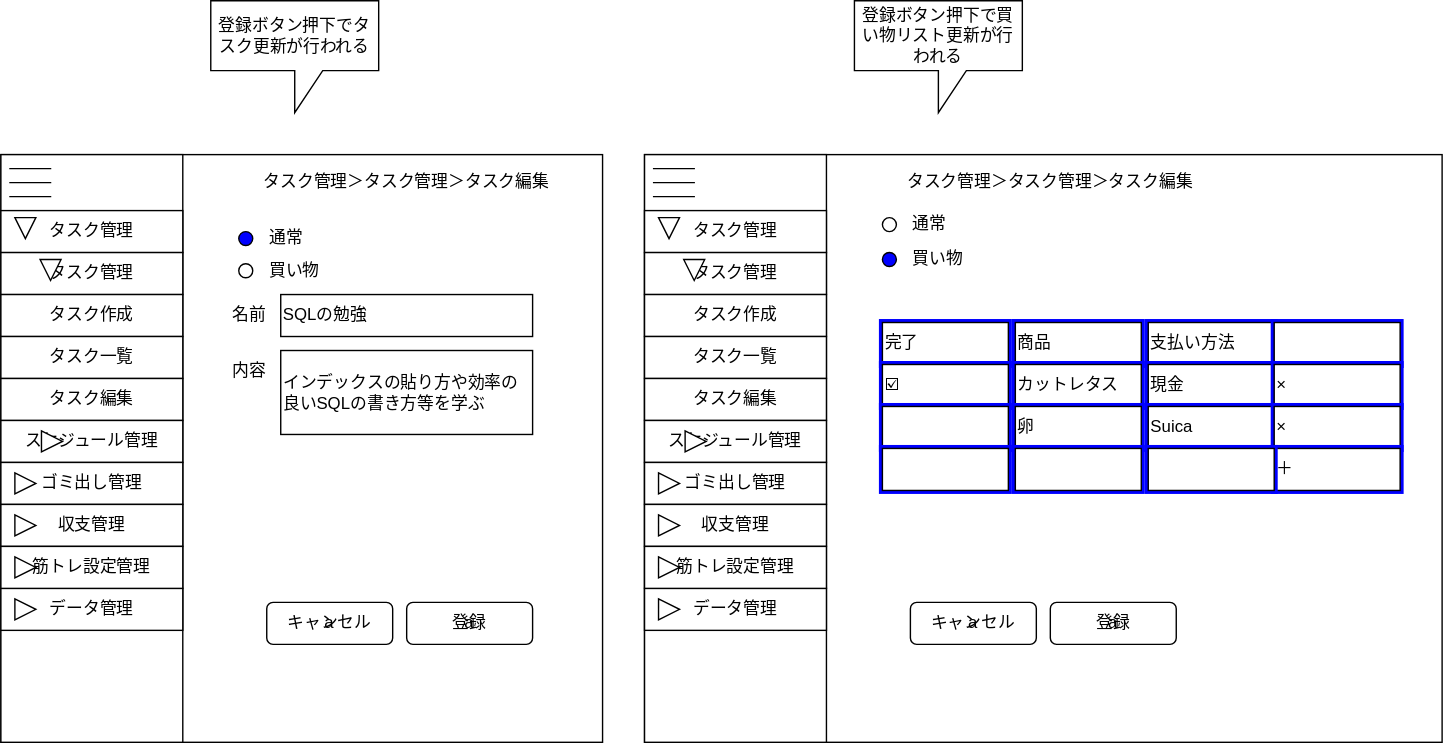
Before: task/edit_task.drawio.svg, a diagram exported from draw.io (anti-paper/anti_paper_wf). Source tidied: cells renumbered, new cells last; positions are measured from the earlier drawing's top-left corner, leaving out a move shared by most shapes.
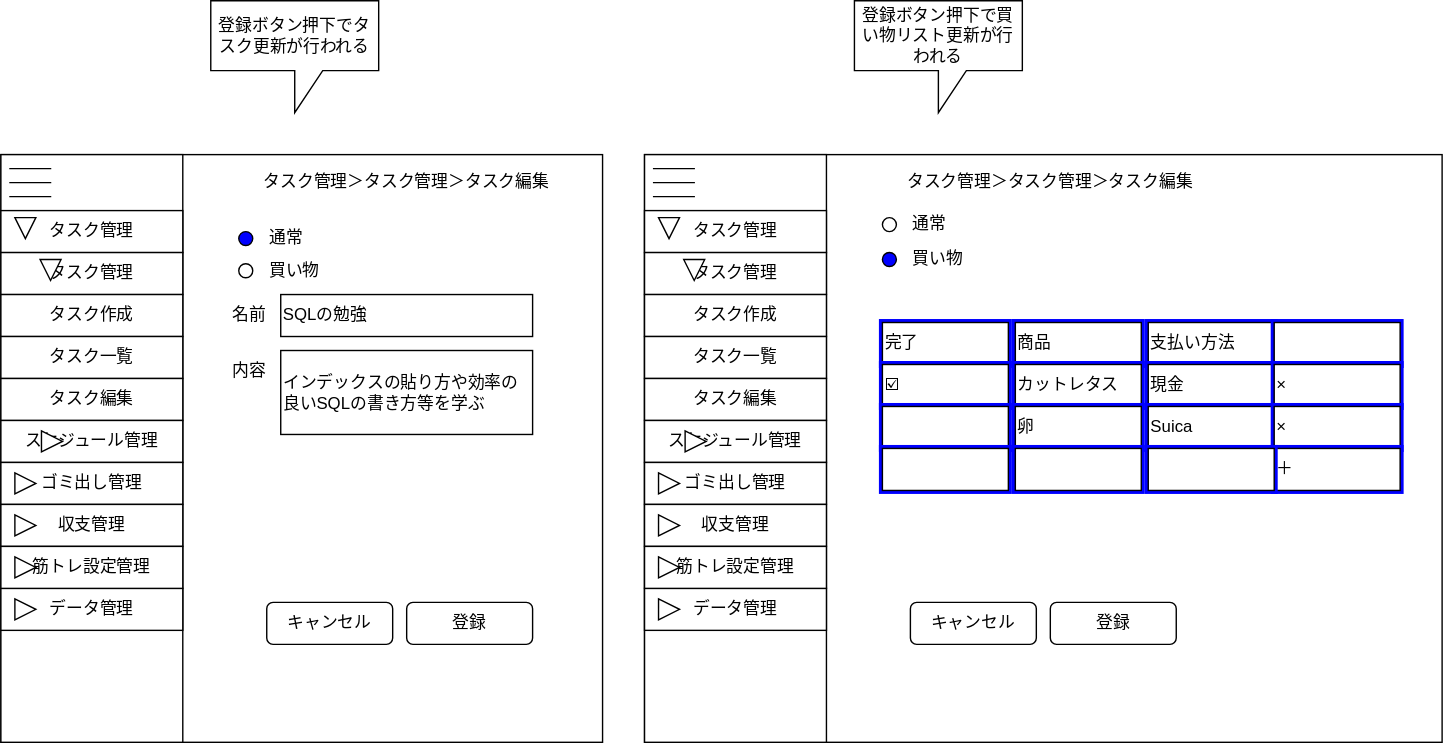
The same diagram one commit later.

Change to the diagram source:
```diff
@@ -155,21 +155,15 @@
     <mxCell id="49" style="group;" parent="1" vertex="1">
       <mxGeometry x="290" y="430" width="90" height="30" as="geometry" />
     </mxCell>
-    <mxCell id="50" value="a" style="rounded=1;whiteSpace=wrap;html=1;fillColor=#FFFFFF;" parent="49" vertex="1">
+    <mxCell id="50" value="&lt;span style=&quot;&quot;&gt;登録&lt;/span&gt;" style="rounded=1;whiteSpace=wrap;html=1;fillColor=#FFFFFF;fontColor=light-dark(#000000,#FFFFFF);" parent="49" vertex="1">
       <mxGeometry width="90" height="30" as="geometry" />
     </mxCell>
-    <mxCell id="51" value="登録" style="text;html=1;strokeColor=none;fillColor=none;align=center;verticalAlign=middle;whiteSpace=wrap;rounded=0;fontColor=#000000;" parent="49" vertex="1">
-      <mxGeometry width="90" height="30" as="geometry" />
-    </mxCell>
     <mxCell id="52" style="group;" parent="1" vertex="1">
       <mxGeometry x="190" y="430" width="90" height="30" as="geometry" />
     </mxCell>
-    <mxCell id="53" value="a" style="rounded=1;whiteSpace=wrap;html=1;fillColor=#FFFFFF;" parent="52" vertex="1">
+    <mxCell id="53" value="&lt;span style=&quot;&quot;&gt;キャンセル&lt;/span&gt;" style="rounded=1;whiteSpace=wrap;html=1;fillColor=#FFFFFF;fontColor=light-dark(#000000,#FFFFFF);" parent="52" vertex="1">
       <mxGeometry width="90" height="30" as="geometry" />
     </mxCell>
-    <mxCell id="54" value="キャンセル" style="text;html=1;strokeColor=none;fillColor=none;align=center;verticalAlign=middle;whiteSpace=wrap;rounded=0;fontColor=#000000;" parent="52" vertex="1">
-      <mxGeometry width="90" height="30" as="geometry" />
-    </mxCell>
     <mxCell id="55" style="rounded=0;whiteSpace=wrap;html=1;" parent="1" vertex="1">
       <mxGeometry x="460" y="110" width="570" height="420" as="geometry" />
     </mxCell>
@@ -281,21 +275,9 @@
     <mxCell id="88" style="group;" parent="1" vertex="1">
       <mxGeometry x="750" y="430" width="90" height="30" as="geometry" />
     </mxCell>
-    <mxCell id="89" value="a" style="rounded=1;whiteSpace=wrap;html=1;fillColor=#FFFFFF;" parent="88" vertex="1">
+    <mxCell id="89" value="&lt;span style=&quot;&quot;&gt;登録&lt;/span&gt;" style="rounded=1;whiteSpace=wrap;html=1;fillColor=#FFFFFF;fontColor=light-dark(#000000,#FFFFFF);" parent="88" vertex="1">
       <mxGeometry width="90" height="30" as="geometry" />
     </mxCell>
-    <mxCell id="90" value="登録" style="text;html=1;strokeColor=none;fillColor=none;align=center;verticalAlign=middle;whiteSpace=wrap;rounded=0;fontColor=#000000;" parent="88" vertex="1">
-      <mxGeometry width="90" height="30" as="geometry" />
-    </mxCell>
-    <mxCell id="91" style="group;" parent="1" vertex="1">
-      <mxGeometry x="650" y="430" width="90" height="30" as="geometry" />
-    </mxCell>
-    <mxCell id="92" value="a" style="rounded=1;whiteSpace=wrap;html=1;fillColor=#FFFFFF;" parent="91" vertex="1">
-      <mxGeometry width="90" height="30" as="geometry" />
-    </mxCell>
-    <mxCell id="93" value="キャンセル" style="text;html=1;strokeColor=none;fillColor=none;align=center;verticalAlign=middle;whiteSpace=wrap;rounded=0;fontColor=#000000;" parent="91" vertex="1">
-      <mxGeometry width="90" height="30" as="geometry" />
-    </mxCell>
     <mxCell id="94" style="group;" parent="1" vertex="1">
       <mxGeometry x="630" y="145" width="200" height="55" as="geometry" />
     </mxCell>
@@ -452,5 +434,8 @@
     <mxCell id="145" style="rounded=0;whiteSpace=wrap;html=1;fillColor=#FFFFFF;" parent="144" vertex="1">
       <mxGeometry width="90" height="30" as="geometry" />
     </mxCell>
+    <mxCell id="146" value="&lt;span style=&quot;&quot;&gt;キャンセル&lt;/span&gt;" style="rounded=1;whiteSpace=wrap;html=1;fillColor=#FFFFFF;fontColor=light-dark(#000000,#FFFFFF);" parent="1" vertex="1">
+      <mxGeometry x="650" y="430" width="90" height="30" as="geometry" />
+    </mxCell>
   </root>
 </mxGraphModel>
```
